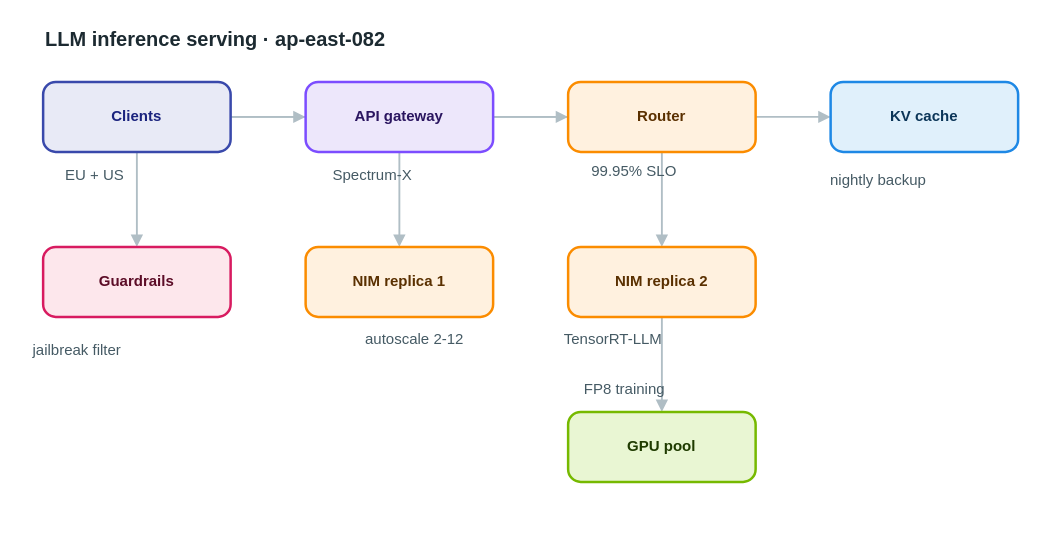
Above: apps/web/public/samples/library/082-llm-inference-serving.drawio in AryanG01/open-apprentice (draw.io), before the change. Source tidied: cells renumbered, new cells numbered last; positions are measured from the earlier drawing's top-left corner, leaving out a move shared by most shapes. Both pictures are drawn from the tidied source at 125%, with x=0, y=0 at pixel (32, 21).
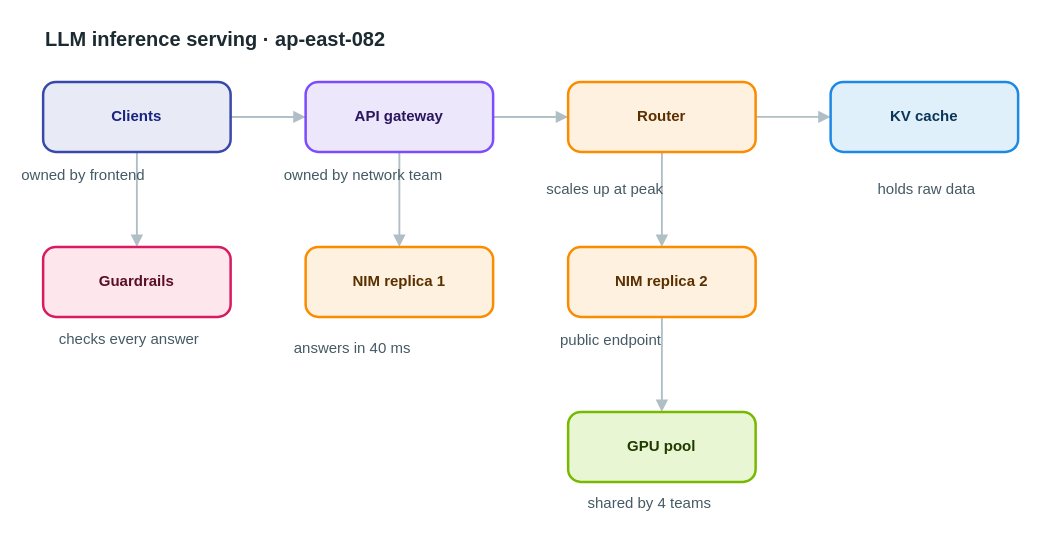
The same page after the edit.

The edit, as a diff of the source:
```diff
@@
-    <mxCell id="18" value="EU + US" style="text;html=1;align=left;verticalAlign=top;whiteSpace=nowrap;spacing=0;spacingTop=0;strokeColor=none;fillColor=none;fontSize=12;fontColor=#455a64;" parent="1" vertex="1">
-      <mxGeometry x="26" y="111" width="61" height="20" as="geometry" />
+    <mxCell id="18" value="owned by frontend" style="text;html=1;align=left;verticalAlign=top;whiteSpace=nowrap;spacing=0;spacingTop=0;strokeColor=none;fillColor=none;fontSize=12;fontColor=#455a64;" parent="1" vertex="1">
+      <mxGeometry x="-9" y="111" width="131" height="20" as="geometry" />
     </mxCell>
-    <mxCell id="19" value="Spectrum-X" style="text;html=1;align=left;verticalAlign=top;whiteSpace=nowrap;spacing=0;spacingTop=0;strokeColor=none;fillColor=none;fontSize=12;fontColor=#455a64;" parent="1" vertex="1">
-      <mxGeometry x="240" y="111" width="82" height="20" as="geometry" />
+    <mxCell id="19" value="owned by network team" style="text;html=1;align=left;verticalAlign=top;whiteSpace=nowrap;spacing=0;spacingTop=0;strokeColor=none;fillColor=none;fontSize=12;fontColor=#455a64;" parent="1" vertex="1">
+      <mxGeometry x="201" y="111" width="159" height="20" as="geometry" />
     </mxCell>
-    <mxCell id="20" value="99.95% SLO" style="text;html=1;align=left;verticalAlign=top;whiteSpace=nowrap;spacing=0;spacingTop=0;strokeColor=none;fillColor=none;fontSize=12;fontColor=#455a64;" parent="1" vertex="1">
-      <mxGeometry x="447" y="108" width="82" height="20" as="geometry" />
+    <mxCell id="20" value="scales up at peak" style="text;html=1;align=left;verticalAlign=top;whiteSpace=nowrap;spacing=0;spacingTop=0;strokeColor=none;fillColor=none;fontSize=12;fontColor=#455a64;" parent="1" vertex="1">
+      <mxGeometry x="411" y="122" width="131" height="20" as="geometry" />
     </mxCell>
-    <mxCell id="21" value="autoscale 2-12" style="text;html=1;align=left;verticalAlign=top;whiteSpace=nowrap;spacing=0;spacingTop=0;strokeColor=none;fillColor=none;fontSize=12;fontColor=#455a64;" parent="1" vertex="1">
-      <mxGeometry x="266" y="242" width="110" height="20" as="geometry" />
+    <mxCell id="21" value="answers in 40 ms" style="text;html=1;align=left;verticalAlign=top;whiteSpace=nowrap;spacing=0;spacingTop=0;strokeColor=none;fillColor=none;fontSize=12;fontColor=#455a64;" parent="1" vertex="1">
+      <mxGeometry x="209" y="249" width="124" height="20" as="geometry" />
     </mxCell>
-    <mxCell id="22" value="TensorRT-LLM" style="text;html=1;align=left;verticalAlign=top;whiteSpace=nowrap;spacing=0;spacingTop=0;strokeColor=none;fillColor=none;fontSize=12;fontColor=#455a64;" parent="1" vertex="1">
-      <mxGeometry x="425" y="242" width="96" height="20" as="geometry" />
+    <mxCell id="22" value="public endpoint" style="text;html=1;align=left;verticalAlign=top;whiteSpace=nowrap;spacing=0;spacingTop=0;strokeColor=none;fillColor=none;fontSize=12;fontColor=#455a64;" parent="1" vertex="1">
+      <mxGeometry x="422" y="243" width="117" height="20" as="geometry" />
     </mxCell>
-    <mxCell id="23" value="nightly backup" style="text;html=1;align=left;verticalAlign=top;whiteSpace=nowrap;spacing=0;spacingTop=0;strokeColor=none;fillColor=none;fontSize=12;fontColor=#455a64;" parent="1" vertex="1">
-      <mxGeometry x="638" y="115" width="110" height="20" as="geometry" />
+    <mxCell id="23" value="holds raw data" style="text;html=1;align=left;verticalAlign=top;whiteSpace=nowrap;spacing=0;spacingTop=0;strokeColor=none;fillColor=none;fontSize=12;fontColor=#455a64;" parent="1" vertex="1">
+      <mxGeometry x="676" y="122" width="110" height="20" as="geometry" />
     </mxCell>
-    <mxCell id="24" value="FP8 training" style="text;html=1;align=left;verticalAlign=top;whiteSpace=nowrap;spacing=0;spacingTop=0;strokeColor=none;fillColor=none;fontSize=12;fontColor=#455a64;" parent="1" vertex="1">
-      <mxGeometry x="441" y="282" width="96" height="20" as="geometry" />
+    <mxCell id="24" value="shared by 4 teams" style="text;html=1;align=left;verticalAlign=top;whiteSpace=nowrap;spacing=0;spacingTop=0;strokeColor=none;fillColor=none;fontSize=12;fontColor=#455a64;" parent="1" vertex="1">
+      <mxGeometry x="444" y="373" width="131" height="20" as="geometry" />
     </mxCell>
-    <mxCell id="25" value="jailbreak filter" style="text;html=1;align=left;verticalAlign=top;whiteSpace=nowrap;spacing=0;spacingTop=0;strokeColor=none;fillColor=none;fontSize=12;fontColor=#455a64;" parent="1" vertex="1">
-      <mxGeometry y="251" width="124" height="20" as="geometry" />
+    <mxCell id="25" value="checks every answer" style="text;html=1;align=left;verticalAlign=top;whiteSpace=nowrap;spacing=0;spacingTop=0;strokeColor=none;fillColor=none;fontSize=12;fontColor=#455a64;" parent="1" vertex="1">
+      <mxGeometry x="21" y="242" width="145" height="20" as="geometry" />
     </mxCell>
```
